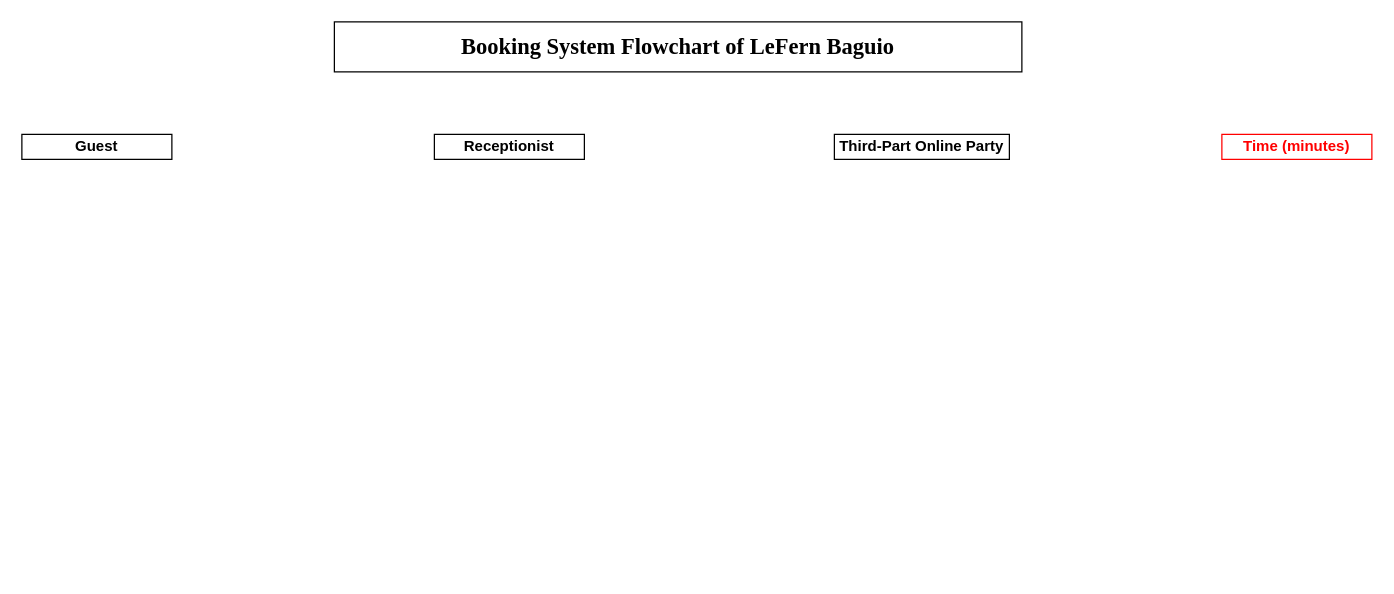
This is CC13/LeFernSystemFlowchartUpdated.drawio from doyaoencab/draw.io, a draw.io file, before an edit. Source tidied: cells renumbered, new cells numbered last; positions are measured from the earlier drawing's top-left corner, leaving out a move shared by most shapes. Both pictures are drawn from the tidied source at 125%, with x=0, y=0 at pixel (21, 21).
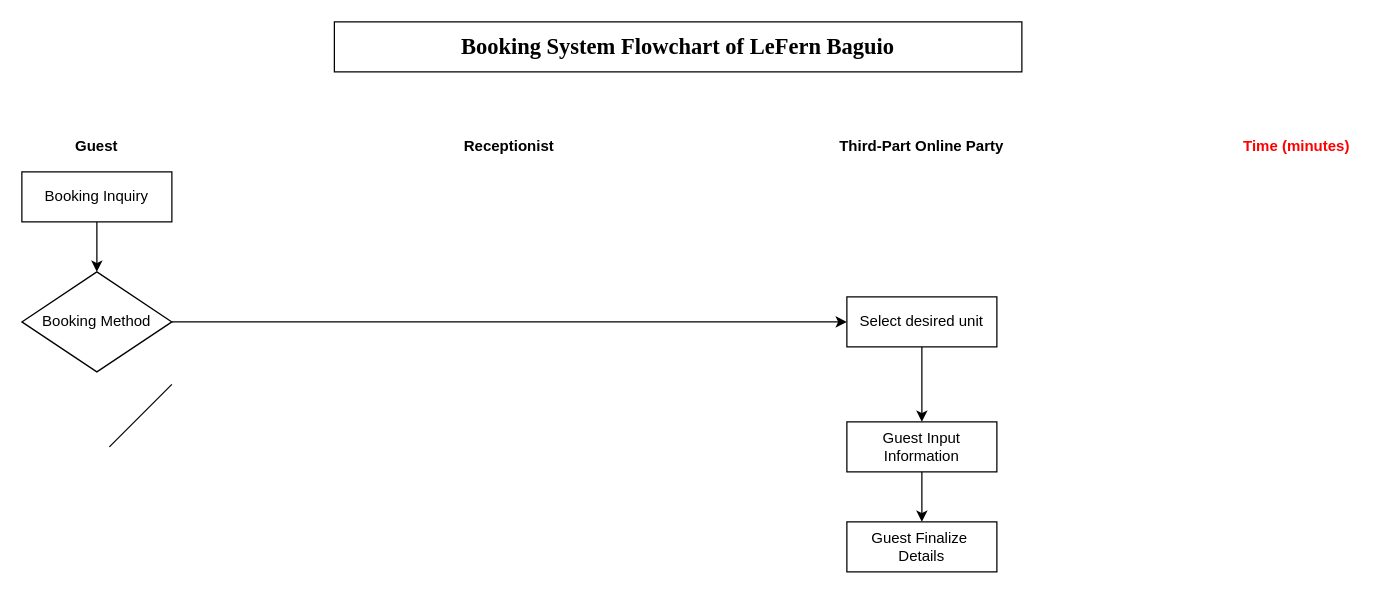
The same diagram, later.

Change to the diagram source:
```diff
@@
 <mxGraphModel>
   <root>
     <mxCell id="0" />
     <mxCell id="1" parent="0" />
     <mxCell id="2" value="&lt;b style=&quot;font-family: &amp;quot;Times New Roman&amp;quot;; text-wrap-mode: nowrap;&quot;&gt;&lt;font style=&quot;font-size: 18px;&quot;&gt;Booking System Flowchart of LeFern Baguio&lt;/font&gt;&lt;/b&gt;" style="whiteSpace=wrap;html=1;" parent="1" vertex="1">
       <mxGeometry x="250" width="550" height="40" as="geometry" />
     </mxCell>
-    <mxCell id="3" value="&lt;b&gt;Guest&lt;/b&gt;" style="whiteSpace=wrap;html=1;" parent="1" vertex="1">
+    <mxCell id="3" value="&lt;b&gt;Guest&lt;/b&gt;" style="whiteSpace=wrap;html=1;strokeColor=none;fillColor=none;" parent="1" vertex="1">
       <mxGeometry y="90" width="120" height="20" as="geometry" />
     </mxCell>
-    <mxCell id="4" value="&lt;b&gt;&lt;font style=&quot;color: light-dark(rgb(255, 0, 0), rgb(237, 237, 237));&quot;&gt;Time (minutes)&lt;/font&gt;&lt;/b&gt;" style="whiteSpace=wrap;html=1;strokeColor=light-dark(#ff0000, #ededed);" parent="1" vertex="1">
+    <mxCell id="4" value="&lt;b&gt;&lt;font style=&quot;color: light-dark(rgb(255, 0, 0), rgb(237, 237, 237));&quot;&gt;Time (minutes)&lt;/font&gt;&lt;/b&gt;" style="whiteSpace=wrap;html=1;strokeColor=none;fillColor=none;" parent="1" vertex="1">
       <mxGeometry x="960" y="90" width="120" height="20" as="geometry" />
     </mxCell>
-    <mxCell id="5" value="&lt;b&gt;Receptionist&lt;/b&gt;" style="whiteSpace=wrap;html=1;" parent="1" vertex="1">
+    <mxCell id="5" value="&lt;b&gt;Receptionist&lt;/b&gt;" style="whiteSpace=wrap;html=1;strokeColor=none;fillColor=none;" parent="1" vertex="1">
       <mxGeometry x="330" y="90" width="120" height="20" as="geometry" />
     </mxCell>
-    <mxCell id="6" value="&lt;b&gt;Third-Part Online Party&lt;/b&gt;" style="whiteSpace=wrap;html=1;" parent="1" vertex="1">
+    <mxCell id="6" value="&lt;b&gt;Third-Part Online Party&lt;/b&gt;" style="whiteSpace=wrap;html=1;strokeColor=none;fillColor=none;" parent="1" vertex="1">
       <mxGeometry x="650" y="90" width="140" height="20" as="geometry" />
     </mxCell>
+    <mxCell id="7" style="edgeStyle=orthogonalEdgeStyle;rounded=0;jettySize=auto;html=1;" parent="1" edge="1" source="8" target="10">
+      <mxGeometry relative="1" as="geometry" />
+    </mxCell>
+    <mxCell id="8" value="Booking Inquiry" style="whiteSpace=wrap;html=1;" parent="1" vertex="1">
+      <mxGeometry y="120" width="120" height="40" as="geometry" />
+    </mxCell>
+    <mxCell id="9" style="edgeStyle=orthogonalEdgeStyle;rounded=0;jettySize=auto;html=1;" parent="1" edge="1" source="10" target="12">
+      <mxGeometry relative="1" as="geometry" />
+    </mxCell>
+    <mxCell id="10" value="Booking Method" style="rhombus;whiteSpace=wrap;html=1;" parent="1" vertex="1">
+      <mxGeometry y="200" width="120" height="80" as="geometry" />
+    </mxCell>
+    <mxCell id="11" style="edgeStyle=orthogonalEdgeStyle;rounded=0;jettySize=auto;html=1;" parent="1" edge="1" source="12" target="14">
+      <mxGeometry relative="1" as="geometry" />
+    </mxCell>
+    <mxCell id="12" value="Select desired unit" style="whiteSpace=wrap;html=1;" parent="1" vertex="1">
+      <mxGeometry x="660" y="220" width="120" height="40" as="geometry" />
+    </mxCell>
+    <mxCell id="13" style="edgeStyle=orthogonalEdgeStyle;rounded=0;jettySize=auto;html=1;" parent="1" edge="1" source="14" target="15">
+      <mxGeometry relative="1" as="geometry" />
+    </mxCell>
+    <mxCell id="14" value="Guest Input Information" style="whiteSpace=wrap;html=1;" parent="1" vertex="1">
+      <mxGeometry x="660" y="320" width="120" height="40" as="geometry" />
+    </mxCell>
+    <mxCell id="15" value="Guest Finalize&amp;nbsp;&lt;div&gt;Details&lt;/div&gt;" style="whiteSpace=wrap;html=1;" parent="1" vertex="1">
+      <mxGeometry x="660" y="400" width="120" height="40" as="geometry" />
+    </mxCell>
+    <mxCell id="16" style="endArrow=none;html=1;rounded=0;" parent="1" edge="1">
+      <mxGeometry relative="1" as="geometry">
+        <mxPoint x="70" y="340" as="sourcePoint" />
+        <mxPoint x="120" y="290" as="targetPoint" />
+      </mxGeometry>
+    </mxCell>
   </root>
 </mxGraphModel>
```
